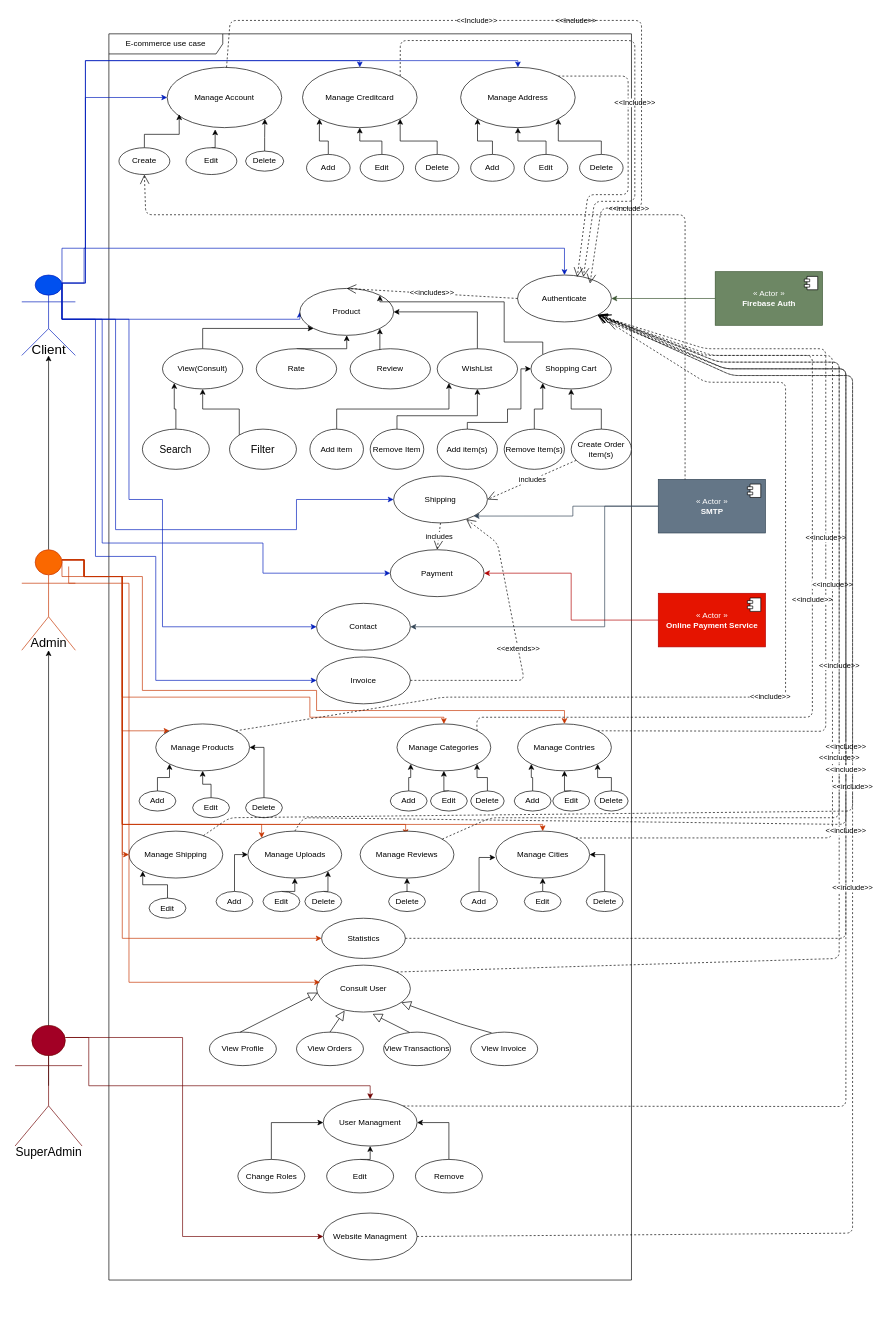
Earlier version of the draw.io diagram page "Use case" (2 of 4) of Class Diagram.drawio (Psycomentis06/AZIT-e-commerce-API-doc). Source tidied: cells renumbered, new cells numbered last; positions are measured from the earlier drawing's top-left corner, leaving out a move shared by most shapes. Both pictures are drawn from the tidied source at 67%, with x=0, y=0 at pixel (11, 20).
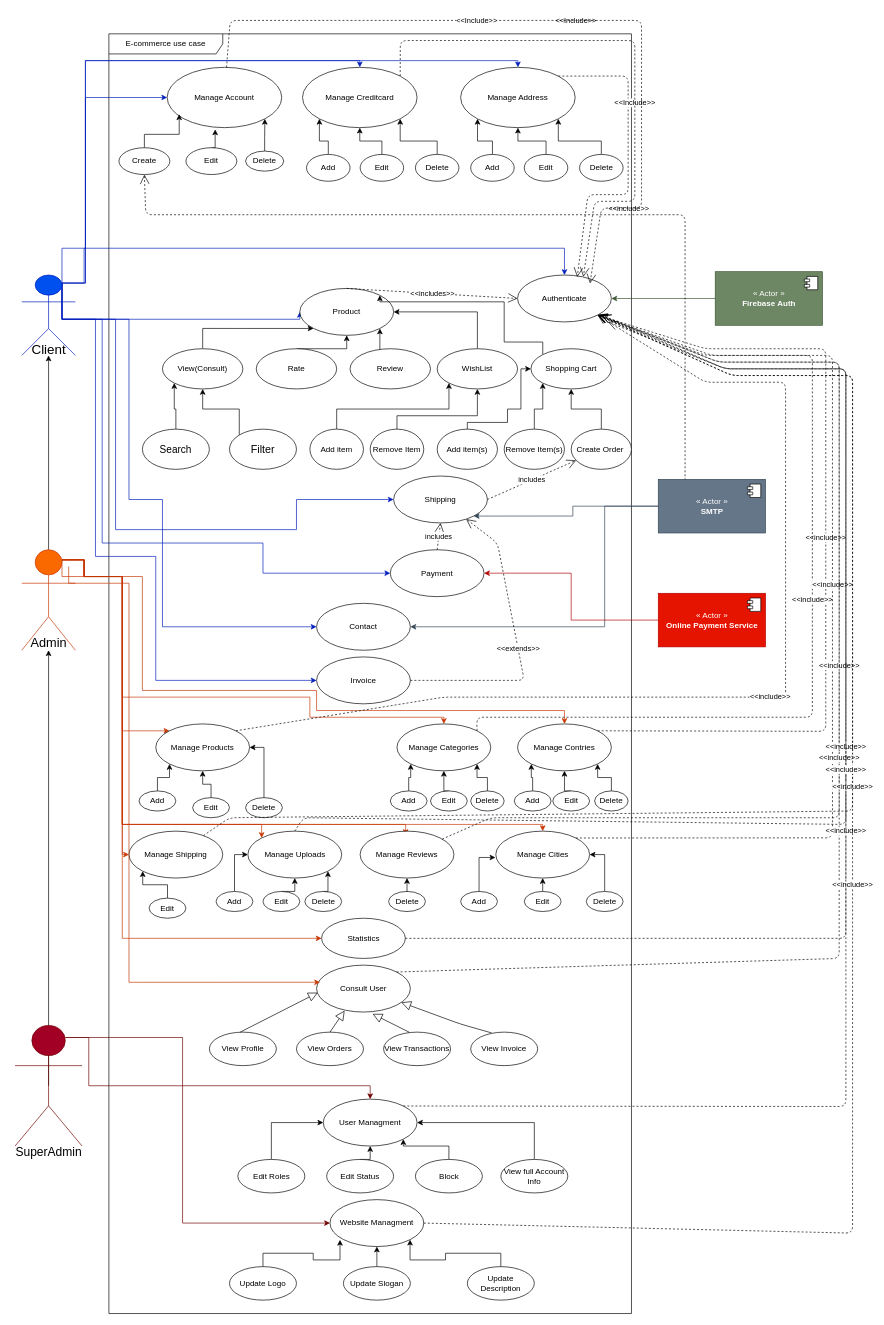
The same diagram, later.

The change refers to these unchanged cells:
```xml
<mxCell id="23" value="Product" style="ellipse;whiteSpace=wrap;html=1;" parent="1" vertex="1">
  <mxGeometry x="430" y="400" width="140" height="70" as="geometry" />
</mxCell>
<mxCell id="24" value="Authenticate" style="ellipse;whiteSpace=wrap;html=1;" parent="1" vertex="1">
  <mxGeometry x="755" y="380" width="140" height="70" as="geometry" />
</mxCell>
<mxCell id="50" value="Shipping" style="ellipse;whiteSpace=wrap;html=1;" parent="1" vertex="1">
  <mxGeometry x="570" y="680" width="140" height="70" as="geometry" />
</mxCell>
<mxCell id="56" value="Super Admin" style="shape=umlActor;verticalLabelPosition=bottom;verticalAlign=top;html=1;fillColor=#a20025;strokeColor=#6F0000;fontColor=#ffffff;" parent="1" vertex="1">
  <mxGeometry x="5" y="1500" width="100" height="180" as="geometry" />
</mxCell>
<mxCell id="67" value="Payment" style="ellipse;whiteSpace=wrap;html=1;" parent="1" vertex="1">
  <mxGeometry x="565" y="790" width="140" height="70" as="geometry" />
</mxCell>
<mxCell id="128" value="User Managment" style="ellipse;whiteSpace=wrap;html=1;" parent="1" vertex="1">
  <mxGeometry x="465" y="1610" width="140" height="70" as="geometry" />
</mxCell>
```

Change to the diagram source:
```diff
@@
     <mxCell id="2" value="E-commerce use case" style="shape=umlFrame;whiteSpace=wrap;html=1;width=170;height=30;" parent="1" vertex="1">
-      <mxGeometry x="145" y="20" width="780" height="1860" as="geometry" />
+      <mxGeometry x="145" y="20" width="780" height="1910" as="geometry" />
     </mxCell>
@@
-    <mxCell id="49" value="Create Order item(s)" style="ellipse;whiteSpace=wrap;html=1;" parent="1" vertex="1">
+    <mxCell id="49" value="Create Order&amp;nbsp;" style="ellipse;whiteSpace=wrap;html=1;" parent="1" vertex="1">
       <mxGeometry x="835" y="610" width="90" height="60" as="geometry" />
     </mxCell>
@@
-    <mxCell id="51" value="&amp;lt;&amp;lt;includes&amp;gt;&amp;gt;" style="endArrow=open;endSize=12;dashed=1;html=1;exitX=0;exitY=0.5;exitDx=0;exitDy=0;entryX=0.5;entryY=0;entryDx=0;entryDy=0;" parent="1" edge="1" source="24" target="23">
+    <mxCell id="51" value="&amp;lt;&amp;lt;includes&amp;gt;&amp;gt;" style="endArrow=open;endSize=12;dashed=1;html=1;exitX=0.5;exitY=0;exitDx=0;exitDy=0;entryX=0;entryY=0.5;entryDx=0;entryDy=0;" parent="1" edge="1" source="23" target="24">
       <mxGeometry relative="1" as="geometry" />
     </mxCell>
-    <mxCell id="52" value="includes" style="endArrow=open;endSize=12;dashed=1;html=1;entryX=1;entryY=0.5;entryDx=0;entryDy=0;" parent="1" edge="1" source="49" target="50">
+    <mxCell id="52" value="includes" style="endArrow=open;endSize=12;dashed=1;html=1;exitX=1;exitY=0.5;exitDx=0;exitDy=0;" parent="1" edge="1" source="50" target="49">
       <mxGeometry relative="1" as="geometry" />
     </mxCell>
@@
     <mxCell id="55" style="edgeStyle=orthogonalEdgeStyle;rounded=0;jettySize=auto;html=1;exitX=0.75;exitY=0.1;exitDx=0;exitDy=0;exitPerimeter=0;entryX=0;entryY=0.5;entryDx=0;entryDy=0;fillColor=#a20025;strokeColor=#6F0000;" parent="1" edge="1" source="56" target="129">
       <mxGeometry relative="1" as="geometry">
         <Array as="points">
           <mxPoint x="255" y="1518" />
-          <mxPoint x="255" y="1815" />
+          <mxPoint x="255" y="1795" />
         </Array>
       </mxGeometry>
     </mxCell>
@@
-    <mxCell id="68" value="includes" style="endArrow=open;endSize=12;dashed=1;html=1;entryX=0.5;entryY=0;entryDx=0;entryDy=0;exitX=0.5;exitY=1;exitDx=0;exitDy=0;" parent="1" edge="1" source="50" target="67">
+    <mxCell id="68" value="includes" style="endArrow=open;endSize=12;dashed=1;html=1;entryX=0.5;entryY=1;entryDx=0;entryDy=0;exitX=0.5;exitY=0;exitDx=0;exitDy=0;" parent="1" edge="1" source="67" target="50">
       <mxGeometry relative="1" as="geometry" />
     </mxCell>
@@
     <mxCell id="129" value="Website Managment" style="ellipse;whiteSpace=wrap;html=1;" parent="1" vertex="1">
-      <mxGeometry x="465" y="1780" width="140" height="70" as="geometry" />
+      <mxGeometry x="475" y="1760" width="140" height="70" as="geometry" />
     </mxCell>
@@
-    <mxCell id="131" value="Change Roles" style="ellipse;whiteSpace=wrap;html=1;" parent="1" vertex="1">
+    <mxCell id="131" value="Edit Roles" style="ellipse;whiteSpace=wrap;html=1;" parent="1" vertex="1">
       <mxGeometry x="337.5" y="1700" width="100" height="50" as="geometry" />
     </mxCell>
@@
-    <mxCell id="133" value="Edit" style="ellipse;whiteSpace=wrap;html=1;" parent="1" vertex="1">
+    <mxCell id="133" value="Edit Status" style="ellipse;whiteSpace=wrap;html=1;" parent="1" vertex="1">
       <mxGeometry x="470" y="1700" width="100" height="50" as="geometry" />
     </mxCell>
-    <mxCell id="134" style="edgeStyle=orthogonalEdgeStyle;rounded=0;jettySize=auto;html=1;exitX=0.5;exitY=0;exitDx=0;exitDy=0;entryX=1;entryY=0.5;entryDx=0;entryDy=0;" parent="1" edge="1" source="135" target="128">
+    <mxCell id="134" style="edgeStyle=orthogonalEdgeStyle;rounded=0;jettySize=auto;html=1;exitX=0.5;exitY=0;exitDx=0;exitDy=0;entryX=1;entryY=1;entryDx=0;entryDy=0;" parent="1" edge="1" source="135" target="128">
       <mxGeometry relative="1" as="geometry" />
     </mxCell>
-    <mxCell id="135" value="Remove" style="ellipse;whiteSpace=wrap;html=1;" parent="1" vertex="1">
+    <mxCell id="135" value="Block" style="ellipse;whiteSpace=wrap;html=1;" parent="1" vertex="1">
       <mxGeometry x="602.5" y="1700" width="100" height="50" as="geometry" />
     </mxCell>
@@
+    <mxCell id="170" style="edgeStyle=orthogonalEdgeStyle;rounded=0;jettySize=auto;html=1;exitX=0.5;exitY=0;exitDx=0;exitDy=0;entryX=1;entryY=0.5;entryDx=0;entryDy=0;" parent="1" edge="1" source="171" target="128">
+      <mxGeometry relative="1" as="geometry" />
+    </mxCell>
+    <mxCell id="171" value="View full Account Info" style="ellipse;whiteSpace=wrap;html=1;" parent="1" vertex="1">
+      <mxGeometry x="730" y="1700" width="100" height="50" as="geometry" />
+    </mxCell>
+    <mxCell id="172" style="edgeStyle=orthogonalEdgeStyle;rounded=0;jettySize=auto;html=1;exitX=0.5;exitY=0;exitDx=0;exitDy=0;entryX=0.107;entryY=0.857;entryDx=0;entryDy=0;entryPerimeter=0;" parent="1" edge="1" source="173" target="129">
+      <mxGeometry relative="1" as="geometry" />
+    </mxCell>
+    <mxCell id="173" value="Update Logo" style="ellipse;whiteSpace=wrap;html=1;" parent="1" vertex="1">
+      <mxGeometry x="325" y="1860" width="100" height="50" as="geometry" />
+    </mxCell>
+    <mxCell id="174" style="edgeStyle=orthogonalEdgeStyle;rounded=0;jettySize=auto;html=1;exitX=0.5;exitY=0;exitDx=0;exitDy=0;entryX=0.5;entryY=1;entryDx=0;entryDy=0;" parent="1" edge="1" source="175" target="129">
+      <mxGeometry relative="1" as="geometry" />
+    </mxCell>
+    <mxCell id="175" value="Update Slogan" style="ellipse;whiteSpace=wrap;html=1;" parent="1" vertex="1">
+      <mxGeometry x="495" y="1860" width="100" height="50" as="geometry" />
+    </mxCell>
+    <mxCell id="176" style="edgeStyle=orthogonalEdgeStyle;rounded=0;jettySize=auto;html=1;exitX=0.5;exitY=0;exitDx=0;exitDy=0;entryX=1;entryY=1;entryDx=0;entryDy=0;" parent="1" edge="1" source="177" target="129">
+      <mxGeometry relative="1" as="geometry" />
+    </mxCell>
+    <mxCell id="177" value="Update Description" style="ellipse;whiteSpace=wrap;html=1;" parent="1" vertex="1">
+      <mxGeometry x="680" y="1860" width="100" height="50" as="geometry" />
+    </mxCell>
```
